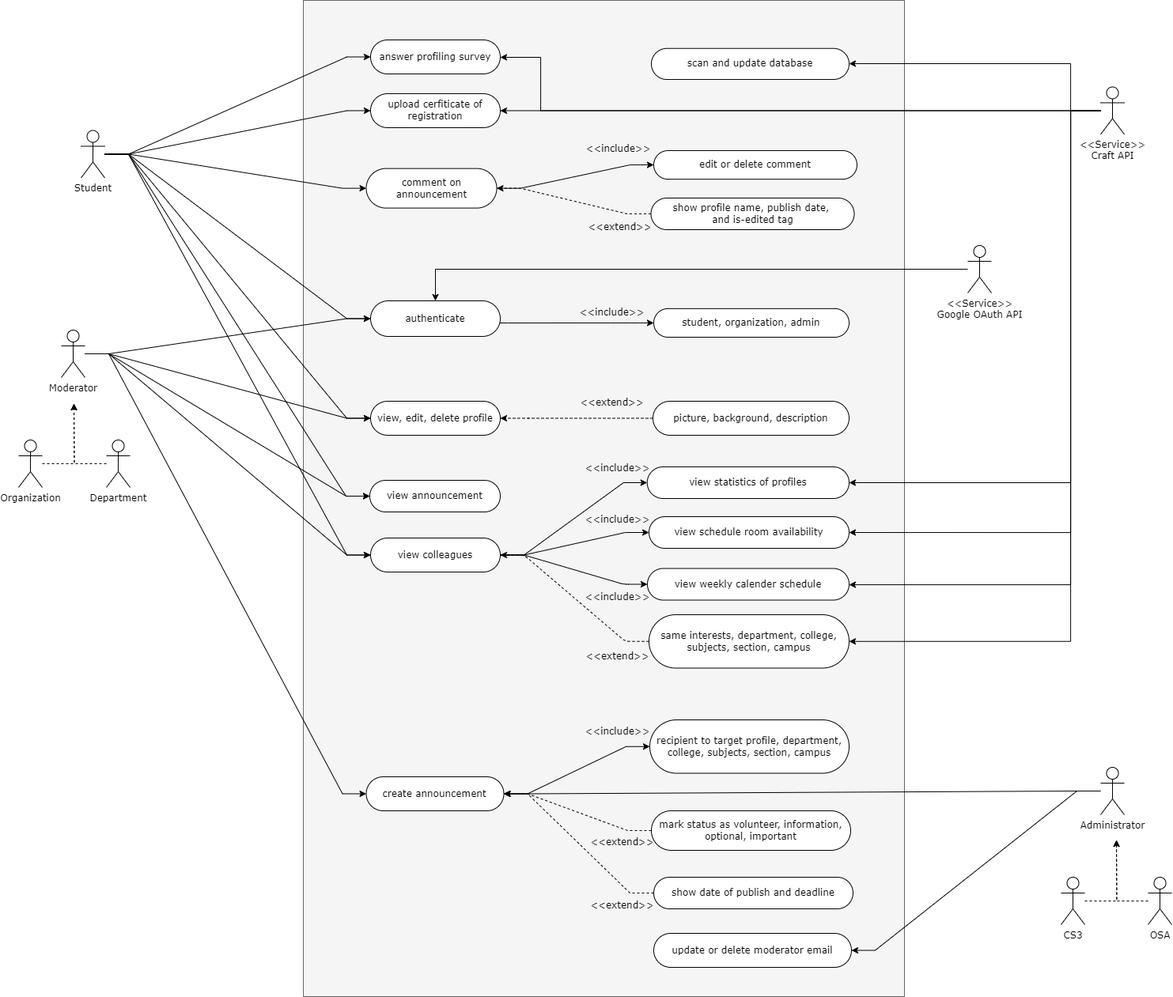
Above: docs/usecase.png in mihkuno/OPTIMAKE (draw.io), before the change. Source tidied: cells renumbered, new cells last; positions are measured from the earlier drawing's top-left corner, leaving out a move shared by most shapes.
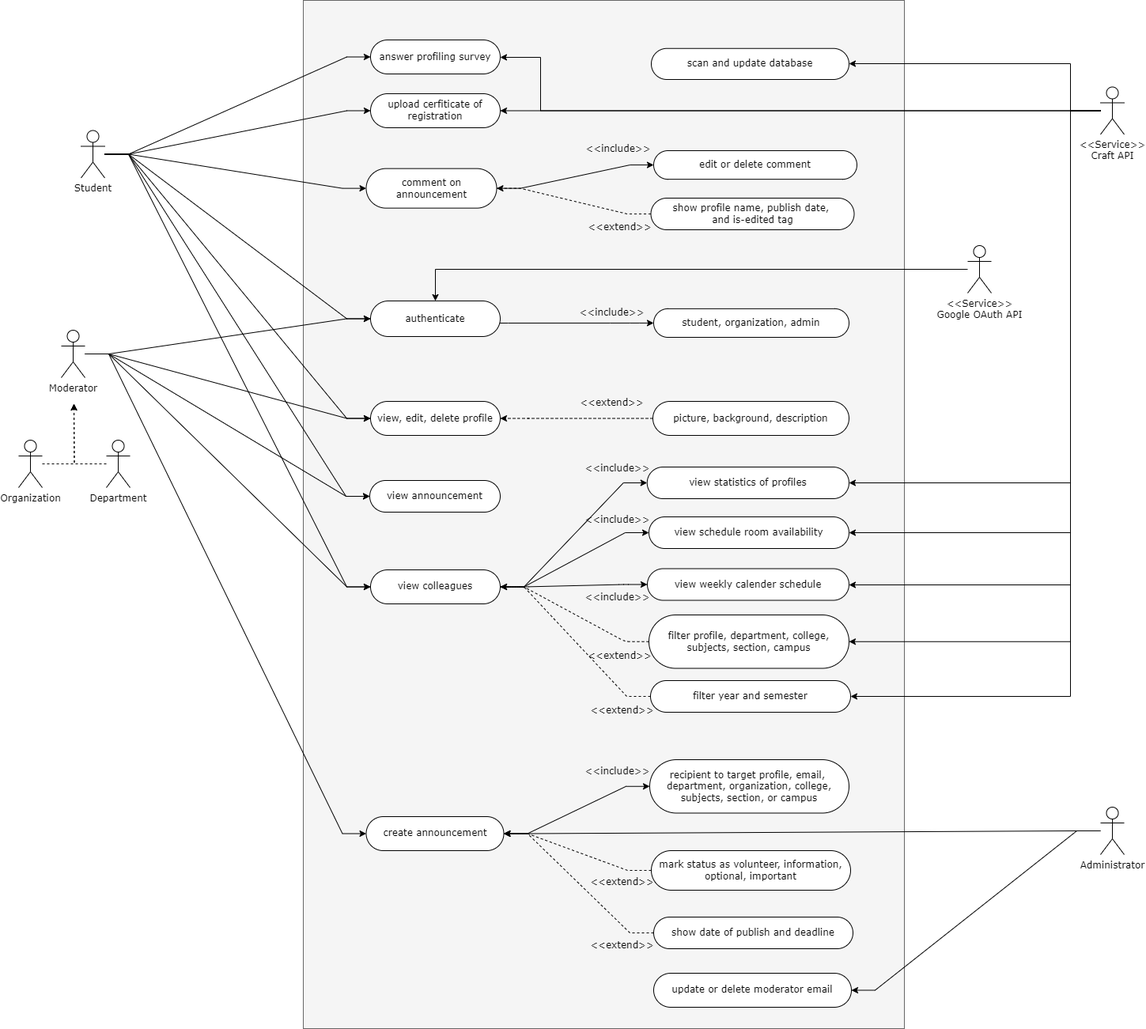
Later version of the same file.

Commit message:
added date and semester filter

Change to the diagram source:
```diff
@@ -3,7 +3,7 @@
     <mxCell id="0" />
     <mxCell id="1" parent="0" />
     <mxCell id="2" style="rounded=0;whiteSpace=wrap;html=1;strokeColor=#666666;align=center;verticalAlign=middle;arcSize=50;fontFamily=Verdana;fontSize=12;fontColor=#333333;fillColor=#f5f5f5;" parent="1" vertex="1">
-      <mxGeometry x="360" width="760" height="1260" as="geometry" />
+      <mxGeometry x="360" width="760" height="1300" as="geometry" />
     </mxCell>
     <mxCell id="3" style="edgeStyle=entityRelationEdgeStyle;rounded=0;jettySize=auto;html=1;entryX=0;entryY=0.5;entryDx=0;entryDy=0;" parent="1" edge="1" source="10" target="12">
       <mxGeometry relative="1" as="geometry" />
@@ -77,22 +77,22 @@
       <mxGeometry relative="1" as="geometry" />
     </mxCell>
     <mxCell id="26" value="view colleagues" style="rounded=1;whiteSpace=wrap;html=1;fontFamily=Verdana;fontSize=12;strokeColor=default;align=center;verticalAlign=middle;arcSize=50;fontColor=default;fillColor=default;" parent="1" vertex="1">
-      <mxGeometry x="445" y="680" width="164" height="43" as="geometry" />
+      <mxGeometry x="445" y="720" width="164" height="43" as="geometry" />
     </mxCell>
     <mxCell id="27" value="view weekly calender schedule" style="rounded=1;whiteSpace=wrap;html=1;fontFamily=Verdana;fontSize=12;strokeColor=default;align=center;verticalAlign=middle;arcSize=50;fontColor=default;fillColor=default;" parent="1" vertex="1">
       <mxGeometry x="795" y="718.5" width="255" height="40" as="geometry" />
     </mxCell>
     <mxCell id="28" value="&amp;lt;&amp;lt;include&amp;gt;&amp;gt;" style="text;html=1;align=center;verticalAlign=middle;strokeColor=none;fillColor=none;fontFamily=Verdana;fontSize=12;fontColor=default;arcSize=12;" parent="1" vertex="1">
-      <mxGeometry x="712" y="910" width="90" height="30" as="geometry" />
+      <mxGeometry x="712" y="960" width="90" height="30" as="geometry" />
     </mxCell>
     <mxCell id="29" style="edgeStyle=entityRelationEdgeStyle;rounded=1;jettySize=auto;html=1;entryX=1;entryY=0.5;entryDx=0;entryDy=0;dashed=1;strokeColor=default;align=center;verticalAlign=middle;arcSize=12;fontFamily=Verdana;fontSize=12;fontColor=default;fillColor=default;" parent="1" edge="1" source="30" target="26">
       <mxGeometry relative="1" as="geometry" />
     </mxCell>
-    <mxCell id="30" value="same interests, department, college, subjects, section, campus" style="rounded=1;whiteSpace=wrap;html=1;fontFamily=Verdana;fontSize=12;strokeColor=default;align=center;verticalAlign=middle;arcSize=50;fontColor=default;fillColor=default;" parent="1" vertex="1">
+    <mxCell id="30" value="filter profile, department, college, subjects, section, campus" style="rounded=1;whiteSpace=wrap;html=1;fontFamily=Verdana;fontSize=12;strokeColor=default;align=center;verticalAlign=middle;arcSize=50;fontColor=default;fillColor=default;" parent="1" vertex="1">
       <mxGeometry x="797" y="777" width="253" height="67.5" as="geometry" />
     </mxCell>
     <mxCell id="31" value="&amp;lt;&amp;lt;extend&amp;gt;&amp;gt;" style="text;html=1;align=center;verticalAlign=middle;strokeColor=none;fillColor=none;fontFamily=Verdana;fontSize=12;fontColor=default;arcSize=12;" parent="1" vertex="1">
-      <mxGeometry x="717" y="814.5" width="80" height="30" as="geometry" />
+      <mxGeometry x="720" y="814.5" width="80" height="30" as="geometry" />
     </mxCell>
     <mxCell id="32" style="edgeStyle=entityRelationEdgeStyle;rounded=1;jettySize=auto;html=1;entryX=1;entryY=0.5;entryDx=0;entryDy=0;dashed=1;strokeColor=default;align=center;verticalAlign=middle;arcSize=12;fontFamily=Verdana;fontSize=12;fontColor=default;fillColor=default;" parent="1" edge="1" source="33" target="23">
       <mxGeometry relative="1" as="geometry" />
@@ -110,7 +110,7 @@
       <mxGeometry relative="1" as="geometry" />
     </mxCell>
     <mxCell id="37" value="Administrator" style="shape=umlActor;verticalLabelPosition=bottom;verticalAlign=top;html=1;outlineConnect=0;fontFamily=Verdana;fontSize=12;" parent="1" vertex="1">
-      <mxGeometry x="1368" y="970" width="30" height="60" as="geometry" />
+      <mxGeometry x="1368" y="1020" width="30" height="60" as="geometry" />
     </mxCell>
     <mxCell id="38" style="edgeStyle=orthogonalEdgeStyle;rounded=0;jettySize=auto;html=1;entryX=1;entryY=0.5;entryDx=0;entryDy=0;" parent="1" edge="1" source="45" target="20">
       <mxGeometry relative="1" as="geometry">
@@ -164,6 +164,14 @@
         </Array>
       </mxGeometry>
     </mxCell>
+    <mxCell id="81" style="edgeStyle=orthogonalEdgeStyle;rounded=0;jettySize=auto;html=1;entryX=1;entryY=0.5;entryDx=0;entryDy=0;fontFamily=Verdana;fontSize=12;fontColor=default;" parent="1" edge="1" source="45" target="83">
+      <mxGeometry relative="1" as="geometry">
+        <Array as="points">
+          <mxPoint x="1330" y="140" />
+          <mxPoint x="1330" y="880" />
+        </Array>
+      </mxGeometry>
+    </mxCell>
     <mxCell id="45" value="&amp;lt;&amp;lt;Service&amp;gt;&amp;gt;&lt;div&gt;Craft API&lt;/div&gt;" style="shape=umlActor;verticalLabelPosition=bottom;verticalAlign=top;html=1;outlineConnect=0;fontFamily=Verdana;fontSize=12;" parent="1" vertex="1">
       <mxGeometry x="1368" y="109.5" width="30" height="60" as="geometry" />
     </mxCell>
@@ -177,36 +185,20 @@
       <mxGeometry x="800" y="60.8" width="250" height="39.2" as="geometry" />
     </mxCell>
     <mxCell id="49" value="update or delete moderator email" style="rounded=1;whiteSpace=wrap;html=1;fontFamily=Verdana;fontSize=12;strokeColor=default;align=center;verticalAlign=middle;arcSize=50;fontColor=default;fillColor=default;" parent="1" vertex="1">
-      <mxGeometry x="803" y="1180" width="250" height="43" as="geometry" />
+      <mxGeometry x="803" y="1230" width="250" height="43" as="geometry" />
     </mxCell>
     <mxCell id="50" style="edgeStyle=entityRelationEdgeStyle;rounded=0;jettySize=auto;html=1;fontFamily=Verdana;fontSize=12;fontColor=default;" parent="1" edge="1" source="51" target="52">
       <mxGeometry relative="1" as="geometry" />
     </mxCell>
     <mxCell id="51" value="create announcement" style="rounded=1;whiteSpace=wrap;html=1;fontFamily=Verdana;fontSize=12;glass=0;shadow=0;strokeColor=default;align=center;verticalAlign=middle;arcSize=50;fontColor=default;fillColor=default;" parent="1" vertex="1">
-      <mxGeometry x="439.5" y="982" width="174" height="43" as="geometry" />
+      <mxGeometry x="439.5" y="1032" width="174" height="43" as="geometry" />
     </mxCell>
-    <mxCell id="52" value="recipient to target profile, department, college, subjects, section, campus" style="rounded=1;whiteSpace=wrap;html=1;fontFamily=Verdana;fontSize=12;strokeColor=default;perimeterSpacing=0;gradientColor=none;align=center;verticalAlign=middle;arcSize=50;fontColor=default;fillColor=default;" parent="1" vertex="1">
-      <mxGeometry x="798" y="910" width="252" height="67.5" as="geometry" />
+    <mxCell id="52" value="recipient to target profile, email,&amp;nbsp;&lt;div&gt;department, organization,&amp;nbsp;&lt;span style=&quot;background-color: initial;&quot;&gt;college, subjects,&amp;nbsp;&lt;/span&gt;&lt;span style=&quot;background-color: initial;&quot;&gt;section, or campus&lt;/span&gt;&lt;/div&gt;" style="rounded=1;whiteSpace=wrap;html=1;fontFamily=Verdana;fontSize=12;strokeColor=default;perimeterSpacing=0;gradientColor=none;align=center;verticalAlign=middle;arcSize=50;fontColor=default;fillColor=default;" parent="1" vertex="1">
+      <mxGeometry x="798" y="960" width="252" height="67.5" as="geometry" />
     </mxCell>
     <mxCell id="53" value="&amp;lt;&amp;lt;include&amp;gt;&amp;gt;" style="text;html=1;align=center;verticalAlign=middle;strokeColor=none;fillColor=none;fontFamily=Verdana;fontSize=12;fontColor=default;arcSize=12;" parent="1" vertex="1">
       <mxGeometry x="712" y="642" width="90" height="30" as="geometry" />
     </mxCell>
-    <mxCell id="54" style="edgeStyle=orthogonalEdgeStyle;rounded=0;jettySize=auto;html=1;dashed=1;" parent="1" edge="1" source="55">
-      <mxGeometry relative="1" as="geometry">
-        <mxPoint x="1388" y="1062" as="targetPoint" />
-      </mxGeometry>
-    </mxCell>
-    <mxCell id="55" value="CS3" style="shape=umlActor;verticalLabelPosition=bottom;verticalAlign=top;html=1;outlineConnect=0;fontFamily=Verdana;fontSize=12;" parent="1" vertex="1">
-      <mxGeometry x="1318" y="1109" width="30" height="60" as="geometry" />
-    </mxCell>
-    <mxCell id="56" style="edgeStyle=orthogonalEdgeStyle;rounded=0;jettySize=auto;html=1;dashed=1;" parent="1" edge="1" source="57">
-      <mxGeometry relative="1" as="geometry">
-        <mxPoint x="1388" y="1062" as="targetPoint" />
-      </mxGeometry>
-    </mxCell>
-    <mxCell id="57" value="OSA" style="shape=umlActor;verticalLabelPosition=bottom;verticalAlign=top;html=1;outlineConnect=0;fontFamily=Verdana;fontSize=12;" parent="1" vertex="1">
-      <mxGeometry x="1428" y="1109" width="30" height="60" as="geometry" />
-    </mxCell>
     <mxCell id="58" style="edgeStyle=orthogonalEdgeStyle;rounded=0;jettySize=auto;html=1;dashed=1;" parent="1" edge="1" source="59">
       <mxGeometry relative="1" as="geometry">
         <mxPoint x="70" y="510" as="targetPoint" />
@@ -245,19 +237,19 @@
       <mxGeometry relative="1" as="geometry" />
     </mxCell>
     <mxCell id="69" value="mark status as volunteer, information, optional, important" style="rounded=1;whiteSpace=wrap;html=1;fontFamily=Verdana;fontSize=12;strokeColor=default;perimeterSpacing=0;gradientColor=none;align=center;verticalAlign=middle;arcSize=50;fontColor=default;fillColor=default;" parent="1" vertex="1">
-      <mxGeometry x="800" y="1025" width="252" height="50" as="geometry" />
+      <mxGeometry x="800" y="1075" width="252" height="50" as="geometry" />
     </mxCell>
     <mxCell id="70" style="edgeStyle=entityRelationEdgeStyle;rounded=0;jettySize=auto;html=1;entryX=1;entryY=0.5;entryDx=0;entryDy=0;fontFamily=Verdana;fontSize=12;fontColor=default;dashed=1;" parent="1" edge="1" source="71" target="51">
       <mxGeometry relative="1" as="geometry" />
     </mxCell>
     <mxCell id="71" value="show date of publish and deadline" style="rounded=1;whiteSpace=wrap;html=1;fontFamily=Verdana;fontSize=12;strokeColor=default;perimeterSpacing=0;gradientColor=none;align=center;verticalAlign=middle;arcSize=50;fontColor=default;fillColor=default;" parent="1" vertex="1">
-      <mxGeometry x="803" y="1109" width="252" height="40" as="geometry" />
+      <mxGeometry x="803" y="1159" width="252" height="40" as="geometry" />
     </mxCell>
     <mxCell id="72" value="&amp;lt;&amp;lt;extend&amp;gt;&amp;gt;" style="text;html=1;align=center;verticalAlign=middle;strokeColor=none;fillColor=none;fontFamily=Verdana;fontSize=12;fontColor=default;arcSize=12;" parent="1" vertex="1">
-      <mxGeometry x="723" y="1050" width="80" height="30" as="geometry" />
+      <mxGeometry x="723" y="1100" width="80" height="30" as="geometry" />
     </mxCell>
     <mxCell id="73" value="&amp;lt;&amp;lt;extend&amp;gt;&amp;gt;" style="text;html=1;align=center;verticalAlign=middle;strokeColor=none;fillColor=none;fontFamily=Verdana;fontSize=12;fontColor=default;arcSize=12;" parent="1" vertex="1">
-      <mxGeometry x="723" y="1130" width="80" height="30" as="geometry" />
+      <mxGeometry x="723" y="1180" width="80" height="30" as="geometry" />
     </mxCell>
     <mxCell id="74" style="edgeStyle=entityRelationEdgeStyle;rounded=0;jettySize=auto;html=1;entryX=0;entryY=0.5;entryDx=0;entryDy=0;fontFamily=Verdana;fontSize=12;fontColor=default;" parent="1" edge="1" source="75" target="76">
       <mxGeometry relative="1" as="geometry" />
@@ -280,5 +272,14 @@
     <mxCell id="80" value="&amp;lt;&amp;lt;extend&amp;gt;&amp;gt;" style="text;html=1;align=center;verticalAlign=middle;strokeColor=none;fillColor=none;fontFamily=Verdana;fontSize=12;fontColor=default;arcSize=12;" parent="1" vertex="1">
       <mxGeometry x="720" y="272" width="80" height="30" as="geometry" />
     </mxCell>
+    <mxCell id="82" style="edgeStyle=entityRelationEdgeStyle;rounded=0;jettySize=auto;html=1;entryX=1;entryY=0.5;entryDx=0;entryDy=0;fontFamily=Verdana;fontSize=12;fontColor=default;dashed=1;" parent="1" edge="1" source="83" target="26">
+      <mxGeometry relative="1" as="geometry" />
+    </mxCell>
+    <mxCell id="83" value="filter year and semester" style="rounded=1;whiteSpace=wrap;html=1;fontFamily=Verdana;fontSize=12;strokeColor=default;align=center;verticalAlign=middle;arcSize=50;fontColor=default;fillColor=default;" parent="1" vertex="1">
+      <mxGeometry x="799" y="860" width="253" height="40" as="geometry" />
+    </mxCell>
+    <mxCell id="84" value="&amp;lt;&amp;lt;extend&amp;gt;&amp;gt;" style="text;html=1;align=center;verticalAlign=middle;strokeColor=none;fillColor=none;fontFamily=Verdana;fontSize=12;fontColor=default;arcSize=12;" parent="1" vertex="1">
+      <mxGeometry x="723" y="883" width="80" height="30" as="geometry" />
+    </mxCell>
   </root>
 </mxGraphModel>
```
